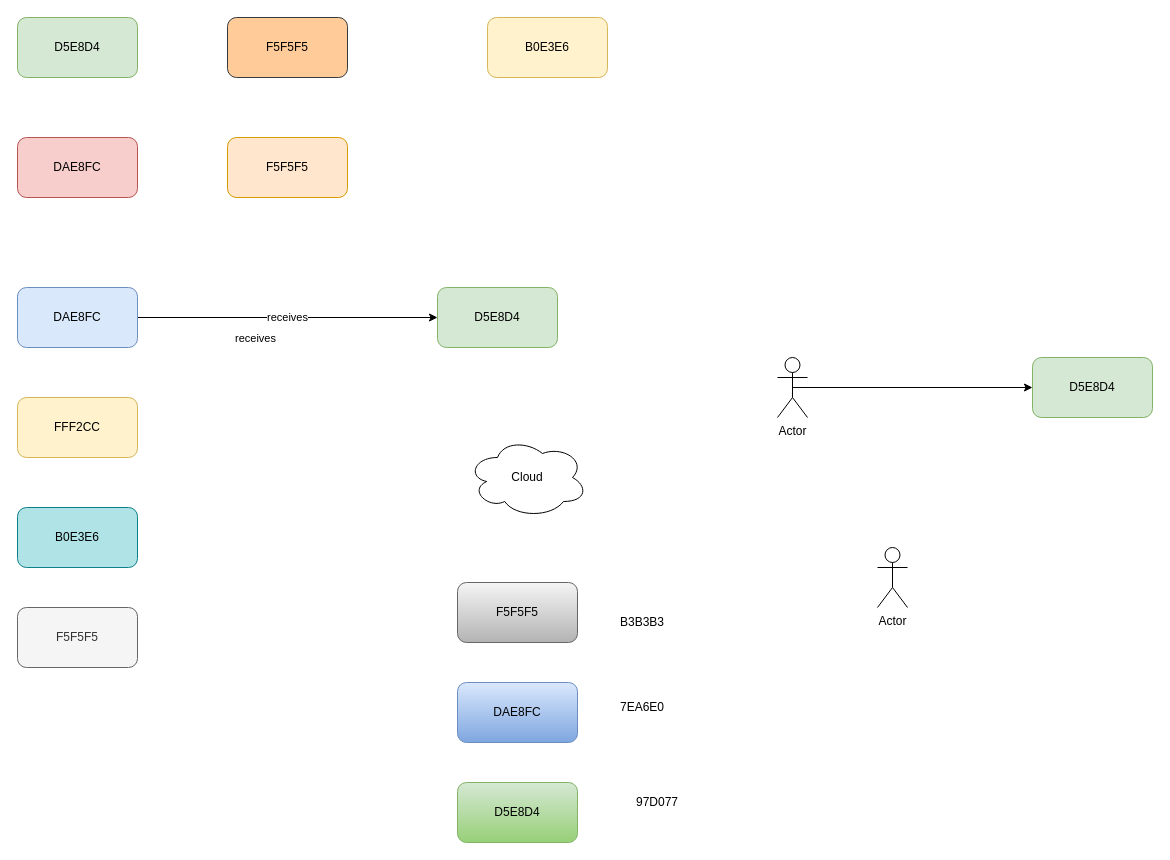
robertoestlin/noted keeps this draw.io diagram as page "Page-1" (1 of 2) of drawing_new_features.drawio. Above is the earlier version. Source tidied: cells renumbered, new cells numbered last; positions are measured from the earlier drawing's top-left corner, leaving out a move shared by most shapes. Both pictures are drawn from the tidied source at 100%, with x=0, y=0 at pixel (17, 17).
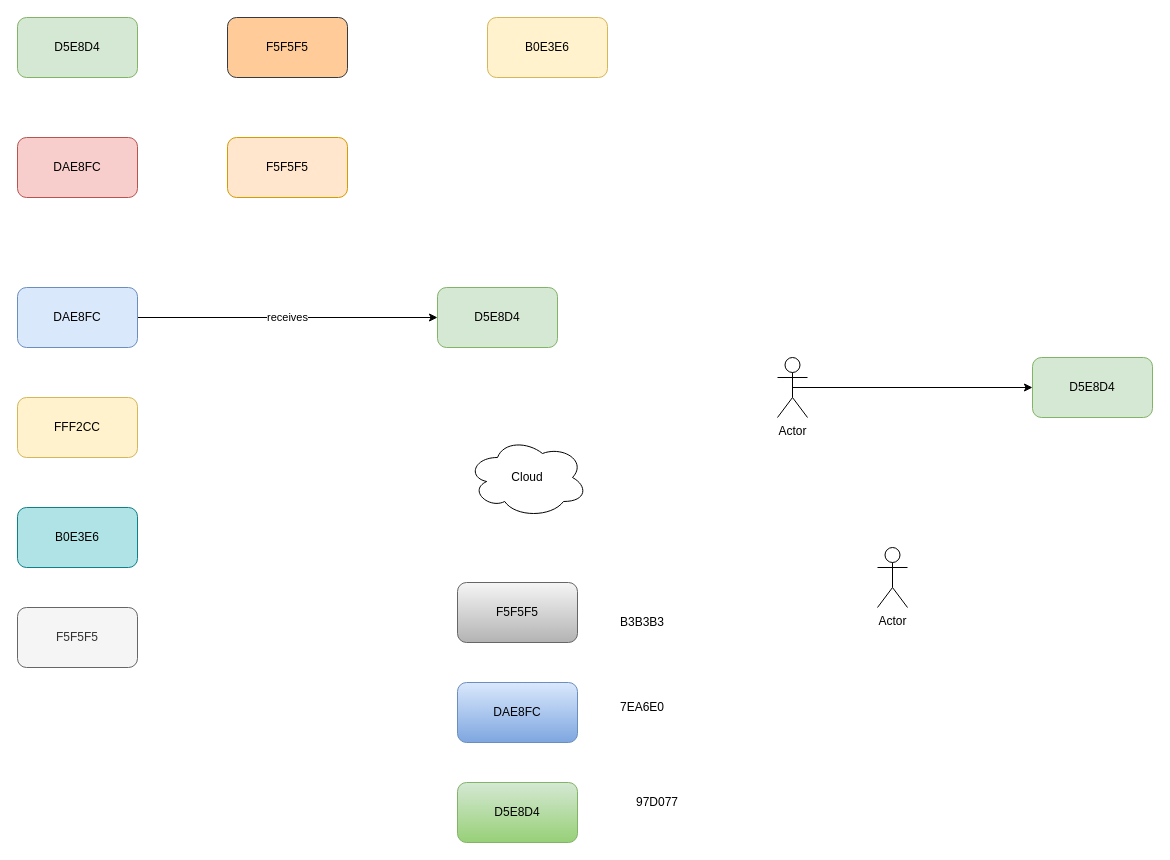
The same diagram, later.

The change refers to these unchanged cells:
```xml
<mxCell id="2" value="receives" style="edgeStyle=orthogonalEdgeStyle;rounded=0;jettySize=auto;html=1;exitX=1;exitY=0.5;exitDx=0;exitDy=0;shadow=0;" parent="1" edge="1" source="4" target="5">
  <mxGeometry relative="1" as="geometry" />
</mxCell>
```

Change to the diagram source:
```diff
@@
-    <mxCell id="3" value="receives" style="edgeLabel;html=1;align=center;verticalAlign=middle;" parent="2" vertex="1">
-      <mxGeometry x="-0.22" y="-1" relative="1" as="geometry">
-        <mxPoint y="19" as="offset" />
-      </mxGeometry>
-    </mxCell>
```
